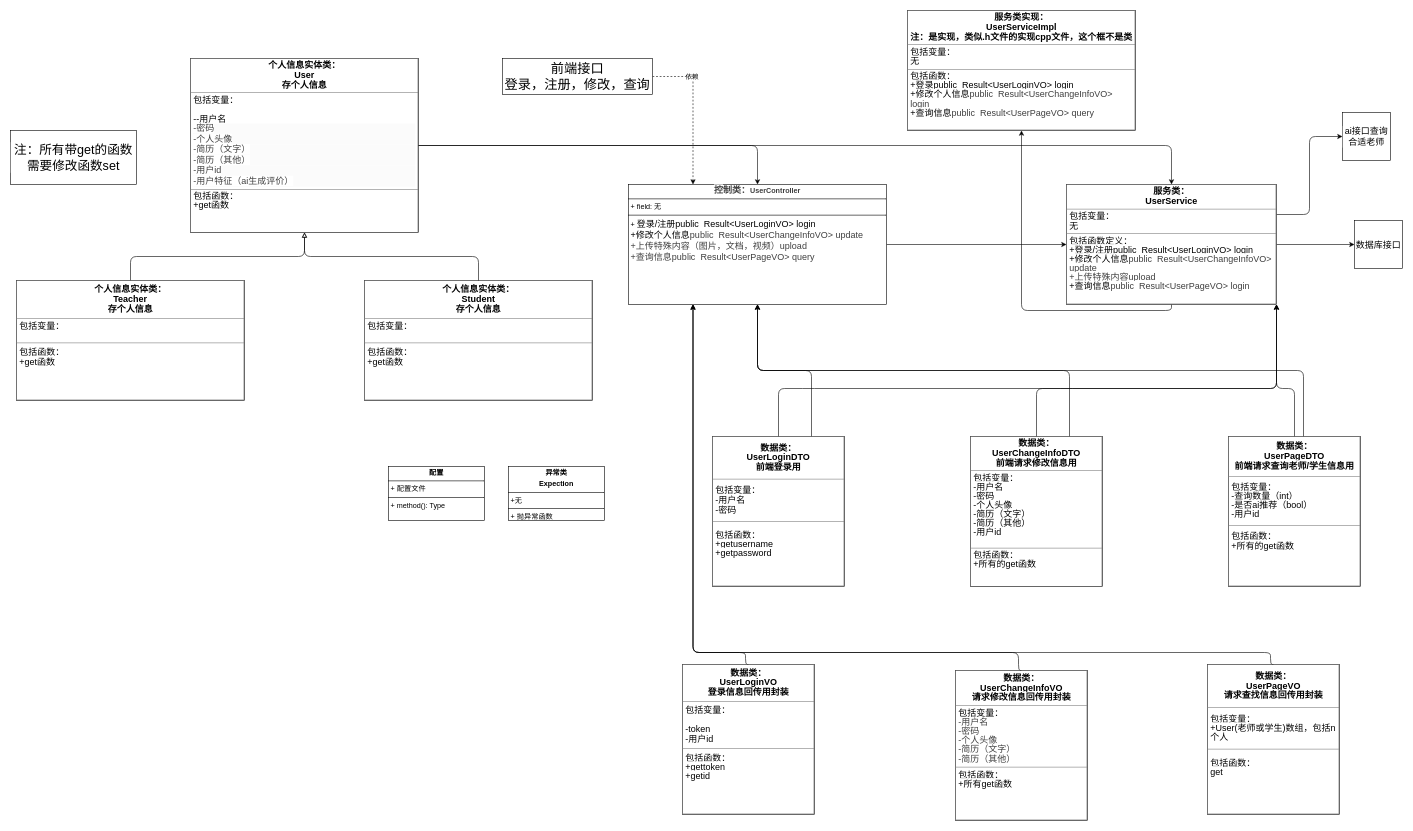
Above: docs/软件需求模型/UML图/4. Class_Diagram/class.drawio in Ethan-Zhengsy/Software_Project (draw.io), before the change. Source tidied: cells renumbered, new cells numbered last; positions are measured from the earlier drawing's top-left corner, leaving out a move shared by most shapes. Both pictures are drawn from the tidied source at 60%, with x=0, y=0 at pixel (10, 10).
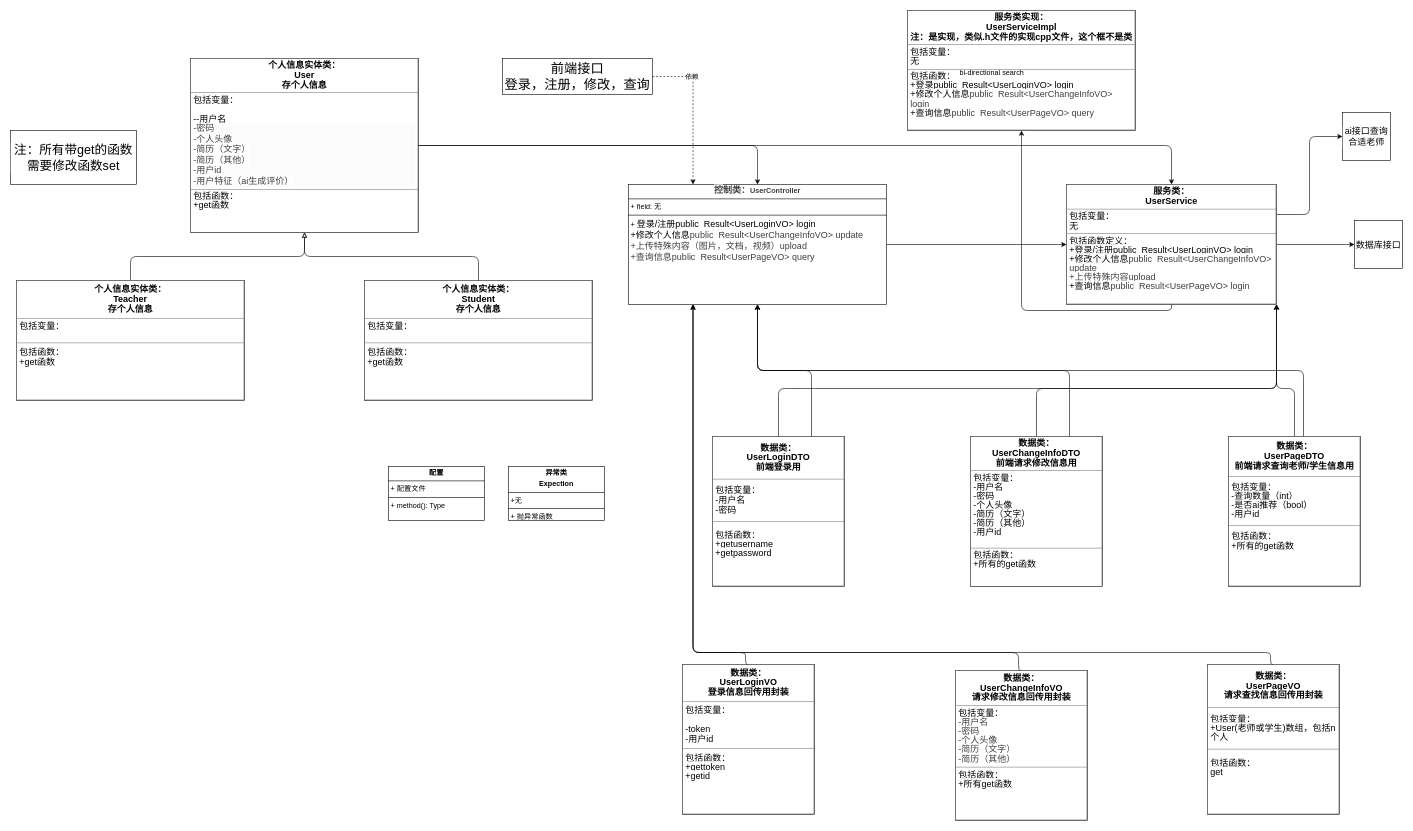
After the change.

Commit message:
添加了查找部分的顺序图

Diff of the diagram source:
```diff
@@
+    <mxCell id="39" value="bi-directional search" style="text;whiteSpace=wrap;" parent="1" vertex="1">
+      <mxGeometry x="1580" y="90" width="140" height="40" as="geometry" />
+    </mxCell>
```
